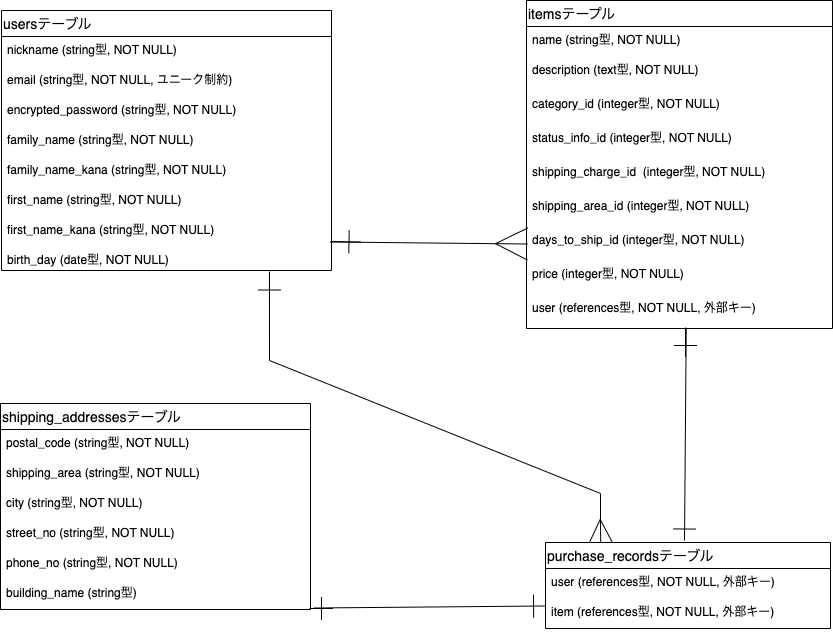
Before: furimaER図.png, a diagram exported from draw.io (DrizzleMoelay/furima-38099). Source tidied: cells renumbered, new cells last; positions are measured from the earlier drawing's top-left corner, leaving out a move shared by most shapes.
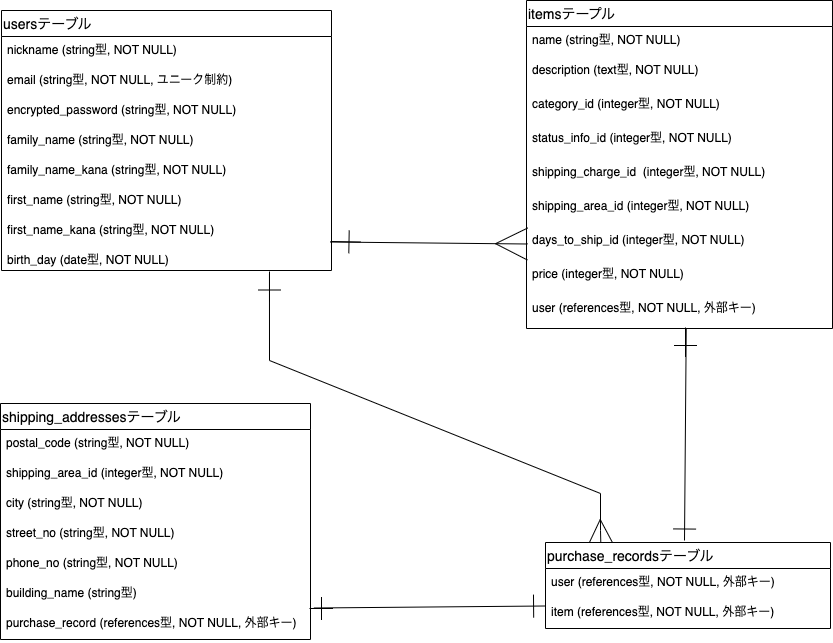
The same file after the commit.

Diff of the diagram source:
```diff
@@ -87,12 +87,12 @@
       <mxGeometry y="294" width="306" height="34" as="geometry" />
     </mxCell>
     <mxCell id="25" value="shipping_addressesテーブル" style="swimlane;fontStyle=0;horizontal=1;startSize=26;align=left;fontSize=14;" parent="1" vertex="1">
-      <mxGeometry y="403" width="310" height="206" as="geometry" />
+      <mxGeometry y="403" width="310" height="236" as="geometry" />
     </mxCell>
     <mxCell id="26" value="postal_code (string型, NOT NULL)" style="text;strokeColor=none;fillColor=none;spacingLeft=4;spacingRight=4;overflow=hidden;fontSize=12;" parent="25" vertex="1">
       <mxGeometry y="26" width="310" height="30" as="geometry" />
     </mxCell>
-    <mxCell id="27" value="shipping_area (string型, NOT NULL)" style="text;strokeColor=none;fillColor=none;spacingLeft=4;spacingRight=4;overflow=hidden;fontSize=12;" parent="25" vertex="1">
+    <mxCell id="27" value="shipping_area_id (integer型, NOT NULL)" style="text;strokeColor=none;fillColor=none;spacingLeft=4;spacingRight=4;overflow=hidden;fontSize=12;" parent="25" vertex="1">
       <mxGeometry y="56" width="310" height="30" as="geometry" />
     </mxCell>
     <mxCell id="28" value="city (string型, NOT NULL)" style="text;strokeColor=none;fillColor=none;spacingLeft=4;spacingRight=4;overflow=hidden;fontSize=12;" parent="25" vertex="1">
@@ -107,6 +107,9 @@
     <mxCell id="31" value="building_name (string型)" style="text;strokeColor=none;fillColor=none;spacingLeft=4;spacingRight=4;overflow=hidden;fontSize=12;" parent="25" vertex="1">
       <mxGeometry y="176" width="310" height="30" as="geometry" />
     </mxCell>
+    <mxCell id="39" value="purchase_record (references型, NOT NULL, 外部キー)" style="text;strokeColor=none;fillColor=none;spacingLeft=4;spacingRight=4;overflow=hidden;fontSize=12;" parent="25" vertex="1">
+      <mxGeometry y="206" width="310" height="30" as="geometry" />
+    </mxCell>
     <mxCell id="32" value="purchase_recordsテーブル" style="swimlane;fontStyle=0;horizontal=1;startSize=26;align=left;fontSize=14;" parent="1" vertex="1">
       <mxGeometry x="545" y="542" width="285" height="86" as="geometry" />
     </mxCell>
```
